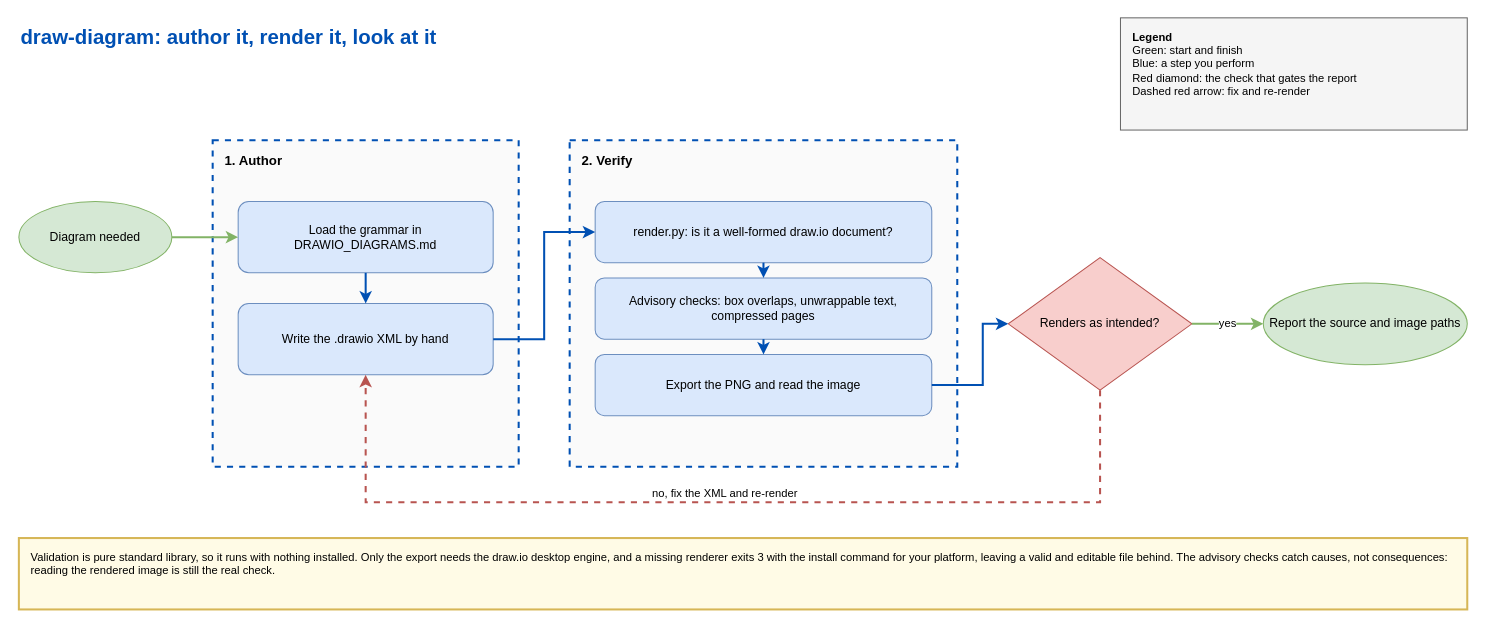
Above: docs/drawio-skill-flow.drawio in eranw2000/drawio-diagram-skill (draw.io), before the change. Source tidied: cells renumbered, new cells numbered last; positions are measured from the earlier drawing's top-left corner, leaving out a move shared by most shapes. Both pictures are drawn from the tidied source at 102%, with x=0, y=0 at pixel (18, 17).
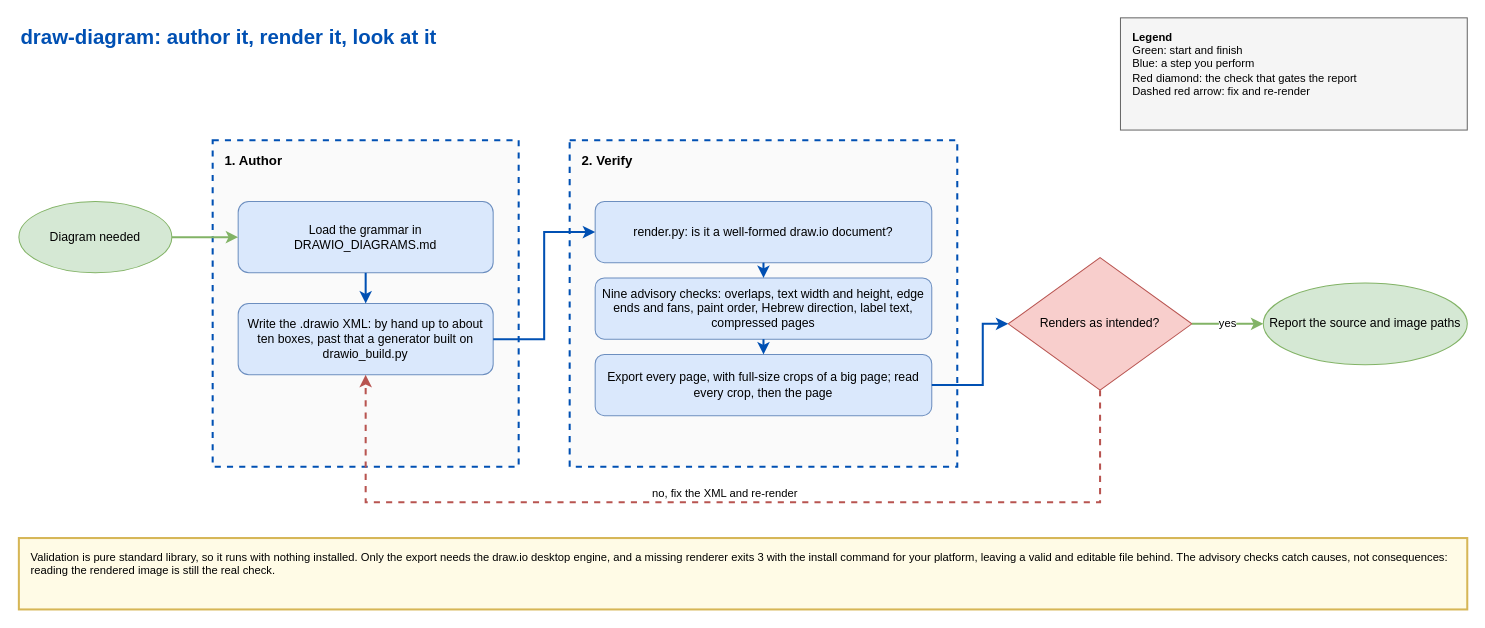
Above is the later version.

Commit message (it also covers changes not shown here):
Rules-first grammar, nine checks, multi-page export, generator helpers (#3)

The edit, as a diff of the source:
```diff
@@
-    <mxCell id="7" value="Write the .drawio XML by hand" style="rounded=1;whiteSpace=wrap;html=1;fillColor=#dae8fc;strokeColor=#6c8ebf;fontFamily=Helvetica;fontSize=12;" parent="1" vertex="1">
+    <mxCell id="7" value="Write the .drawio XML: by hand up to about ten boxes, past that a generator built on drawio_build.py" style="rounded=1;whiteSpace=wrap;html=1;fillColor=#dae8fc;strokeColor=#6c8ebf;fontFamily=Helvetica;fontSize=12;" parent="1" vertex="1">
       <mxGeometry x="215" y="280" width="250" height="70" as="geometry" />
     </mxCell>
@@
-    <mxCell id="10" value="Advisory checks: box overlaps, unwrappable text, compressed pages" style="rounded=1;whiteSpace=wrap;html=1;fillColor=#dae8fc;strokeColor=#6c8ebf;fontFamily=Helvetica;fontSize=12;" parent="1" vertex="1">
+    <mxCell id="10" value="Nine advisory checks: overlaps, text width and height, edge ends and fans, paint order, Hebrew direction, label text, compressed pages" style="rounded=1;whiteSpace=wrap;html=1;fillColor=#dae8fc;strokeColor=#6c8ebf;fontFamily=Helvetica;fontSize=12;" parent="1" vertex="1">
       <mxGeometry x="565" y="255" width="330" height="60" as="geometry" />
     </mxCell>
-    <mxCell id="11" value="Export the PNG and read the image" style="rounded=1;whiteSpace=wrap;html=1;fillColor=#dae8fc;strokeColor=#6c8ebf;fontFamily=Helvetica;fontSize=12;" parent="1" vertex="1">
+    <mxCell id="11" value="Export every page, with full-size crops of a big page; read every crop, then the page" style="rounded=1;whiteSpace=wrap;html=1;fillColor=#dae8fc;strokeColor=#6c8ebf;fontFamily=Helvetica;fontSize=12;" parent="1" vertex="1">
       <mxGeometry x="565" y="330" width="330" height="60" as="geometry" />
     </mxCell>
```
